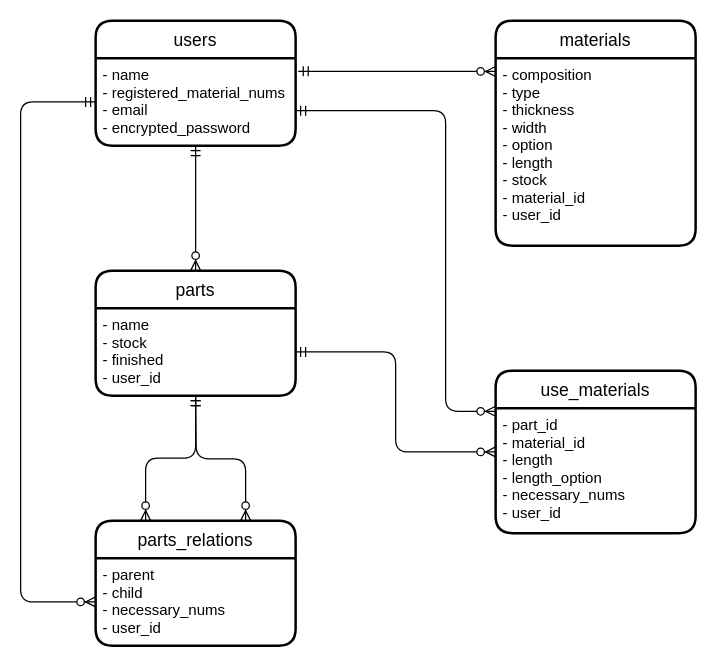
Before: ERdiagram.drawio in orange-soba/material_control, a draw.io diagram. Source tidied: cells renumbered, new cells numbered last; positions are measured from the earlier drawing's top-left corner, leaving out a move shared by most shapes. Both pictures are drawn from the tidied source at 125%, with x=0, y=0 at pixel (20, 20).
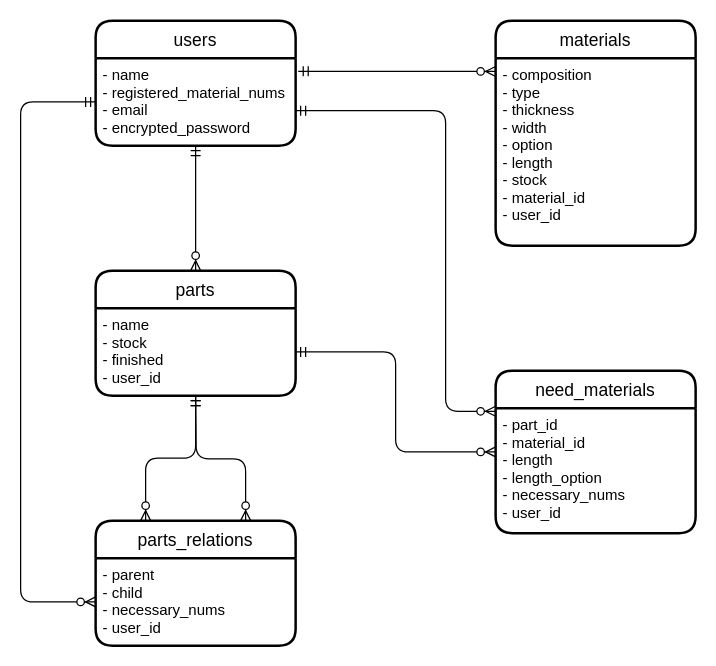
The same page after the edit.

What changed in the source:
```diff
@@
-    <mxCell id="10" value="use_materials" style="swimlane;horizontal=1;startSize=30;rounded=1;fontSize=14;fontStyle=0;strokeWidth=2;shadow=0;dashed=0;align=center;" parent="1" vertex="1">
+    <mxCell id="10" value="need_materials" style="swimlane;horizontal=1;startSize=30;rounded=1;fontSize=14;fontStyle=0;strokeWidth=2;shadow=0;dashed=0;align=center;" parent="1" vertex="1">
       <mxGeometry x="380" y="280" width="160" height="130" as="geometry" />
     </mxCell>
```
